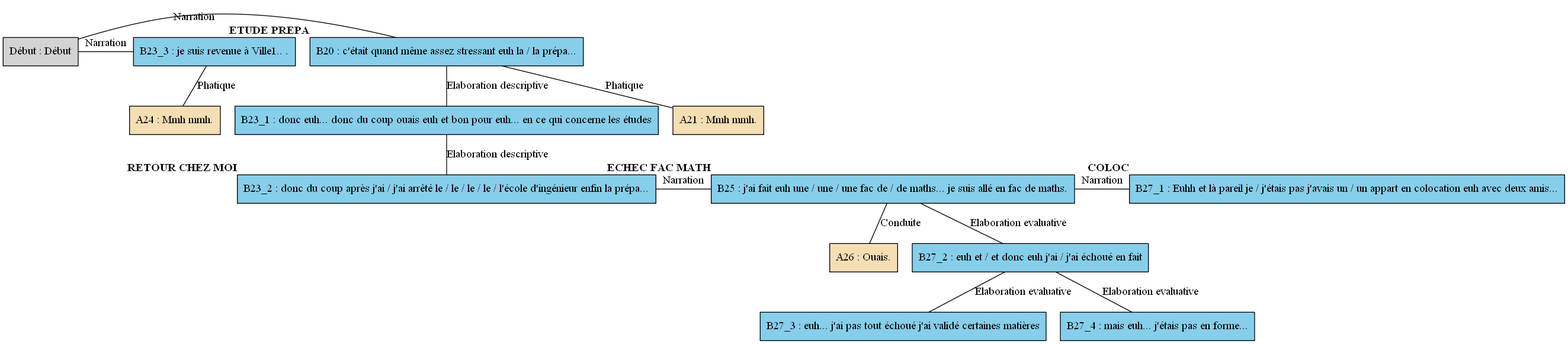
The Graphviz diagram arbres/Nord/Nord_-_A10.gv.png in AlaixComet/AnnotationSlamPTut, before a commit. Its source is kept beside it as arbres/Nord/Nord_-_A10.gv.
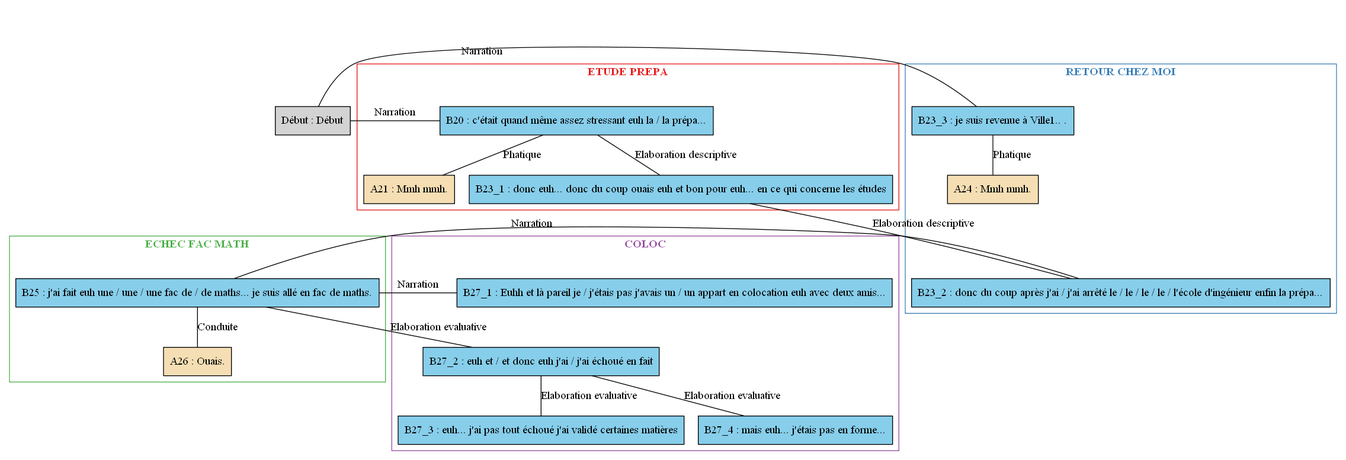
The same file after the commit.

Change to the diagram source:
```diff
@@ -1,48 +1,71 @@
 digraph A10 {
 	node [shape=box style=filled]
-	"Début" [label="Début : Début" xlabel=""]
-	B20 [label="B20 : c'était quand même assez stressant euh la / la prépa..." fillcolor=skyblue xlabel=<<B>ETUDE PREPA</B>>]
-	A21 [label="A21 : Mmh mmh." fillcolor=wheat xlabel=""]
-	B23_1 [label="B23_1 : donc euh... donc du coup ouais euh et bon pour euh... en ce qui concerne les études" fillcolor=skyblue xlabel=""]
-	B23_2 [label="B23_2 : donc du coup après j'ai / j'ai arrêté le / le / le / le / l'école d'ingénieur enfin la prépa..." fillcolor=skyblue xlabel=<<B>RETOUR CHEZ MOI</B>>]
-	B23_3 [label="B23_3 : je suis revenue à Ville1.. ." fillcolor=skyblue xlabel=""]
-	A24 [label="A24 : Mmh mmh." fillcolor=wheat xlabel=""]
-	B25 [label="B25 : j'ai fait euh une / une / une fac de / de maths... je suis allé en fac de maths." fillcolor=skyblue xlabel=<<B>ECHEC FAC MATH</B>>]
-	A26 [label="A26 : Ouais." fillcolor=wheat xlabel=""]
-	B27_1 [label="B27_1 : Euhh et là pareil je / j'étais pas j'avais un / un appart en colocation euh avec deux amis..." fillcolor=skyblue xlabel=<<B>COLOC</B>>]
-	B27_2 [label="B27_2 : euh et / et donc euh j'ai / j'ai échoué en fait" fillcolor=skyblue xlabel=""]
-	B27_3 [label="B27_3 : euh... j'ai pas tout échoué j'ai validé certaines matières" fillcolor=skyblue xlabel=""]
-	B27_4 [label="B27_4 : mais euh... j'étais pas en forme..." fillcolor=skyblue xlabel=""]
-	{
-		rank=same
-		"Début"
+	newrank=true
+	zero [style=invis]
+	"Début" [label="Début : Début"]
+	B20 [label="B20 : c'était quand même assez stressant euh la / la prépa..." fillcolor=skyblue]
+	A21 [label="A21 : Mmh mmh." fillcolor=wheat]
+	B23_1 [label="B23_1 : donc euh... donc du coup ouais euh et bon pour euh... en ce qui concerne les études" fillcolor=skyblue]
+	B23_2 [label="B23_2 : donc du coup après j'ai / j'ai arrêté le / le / le / le / l'école d'ingénieur enfin la prépa..." fillcolor=skyblue]
+	B23_3 [label="B23_3 : je suis revenue à Ville1.. ." fillcolor=skyblue]
+	A24 [label="A24 : Mmh mmh." fillcolor=wheat]
+	B25 [label="B25 : j'ai fait euh une / une / une fac de / de maths... je suis allé en fac de maths." fillcolor=skyblue]
+	A26 [label="A26 : Ouais." fillcolor=wheat]
+	B27_1 [label="B27_1 : Euhh et là pareil je / j'étais pas j'avais un / un appart en colocation euh avec deux amis..." fillcolor=skyblue]
+	B27_2 [label="B27_2 : euh et / et donc euh j'ai / j'ai échoué en fait" fillcolor=skyblue]
+	B27_3 [label="B27_3 : euh... j'ai pas tout échoué j'ai validé certaines matières" fillcolor=skyblue]
+	B27_4 [label="B27_4 : mais euh... j'étais pas en forme..." fillcolor=skyblue]
+	zero -> "Début" [label="" style=invis]
+	zero -> B20 [style=invis weight=1]
+	"Début" -> B20 [label=Narration constraint=false dir=none]
+	B20 -> A21 [label=Phatique dir=none weight=2]
+	B20 -> B23_1 [label="Elaboration descriptive" dir=none weight=2]
+	B23_1 -> B23_2 [label="Elaboration descriptive" dir=none weight=2]
+	zero -> B23_3 [style=invis weight=1]
+	"Début" -> B23_3 [label=Narration constraint=false dir=none]
+	B23_3 -> A24 [label=Phatique dir=none weight=2]
+	B23_1 -> B25 [style=invis weight=1]
+	B23_2 -> B25 [label=Narration constraint=false dir=none]
+	B25 -> A26 [label=Conduite dir=none weight=2]
+	B23_1 -> B27_1 [style=invis weight=1]
+	B25 -> B27_1 [label=Narration constraint=false dir=none]
+	B25 -> B27_2 [label="Elaboration evaluative" dir=none weight=2]
+	B27_2 -> B27_3 [label="Elaboration evaluative" dir=none weight=2]
+	B27_2 -> B27_4 [label="Elaboration evaluative" dir=none weight=2]
+	subgraph cluster_1 {
+		label=<<B>ETUDE PREPA</B>>
+		colorscheme=set19
+		color=1
+		fontcolor=1
 		B20
-		"Début" -> B20 [label=Narration dir=none]
+		A21
+		B23_1
 	}
-	B20 -> A21 [label=Phatique dir=none]
-	B20 -> B23_1 [label="Elaboration descriptive" dir=none]
-	B23_1 -> B23_2 [label="Elaboration descriptive" dir=none]
-	{
-		rank=same
-		"Début"
+	subgraph cluster_2 {
+		label=<<B>RETOUR CHEZ MOI</B>>
+		colorscheme=set19
+		color=2
+		fontcolor=2
+		B23_2
 		B23_3
-		"Début" -> B23_3 [label=Narration dir=none]
+		A24
 	}
-	B23_3 -> A24 [label=Phatique dir=none]
-	{
-		rank=same
-		B23_2
+	subgraph cluster_3 {
+		label=<<B>ECHEC FAC MATH</B>>
+		colorscheme=set19
+		color=3
+		fontcolor=3
 		B25
-		B23_2 -> B25 [label=Narration dir=none]
+		A26
 	}
-	B25 -> A26 [label=Conduite dir=none]
-	{
-		rank=same
-		B25
+	subgraph cluster_4 {
+		label=<<B>COLOC</B>>
+		colorscheme=set19
+		color=4
+		fontcolor=4
 		B27_1
-		B25 -> B27_1 [label=Narration dir=none]
+		B27_2
+		B27_3
+		B27_4
 	}
-	B25 -> B27_2 [label="Elaboration evaluative" dir=none]
-	B27_2 -> B27_3 [label="Elaboration evaluative" dir=none]
-	B27_2 -> B27_4 [label="Elaboration evaluative" dir=none]
 }
```
